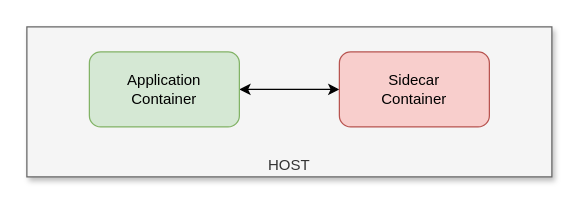
Before: design_patterns/single-container/sidecar.drawio in mercoglianoisidoro/test_pages, a draw.io diagram. Source tidied: cells renumbered, new cells numbered last; positions are measured from the earlier drawing's top-left corner, leaving out a move shared by most shapes. Both pictures are drawn from the tidied source at 125%, with x=0, y=0 at pixel (26, 26).
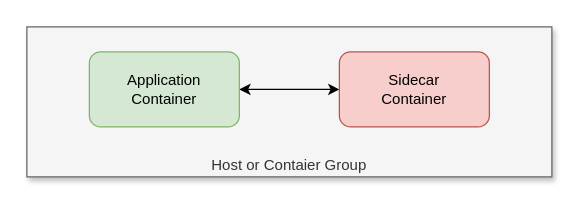
The same diagram, later.

Change to the diagram source:
```diff
@@
 <mxGraphModel>
   <root>
     <mxCell id="0" />
     <mxCell id="1" parent="0" />
-    <mxCell id="2" value="HOST" style="rounded=0;whiteSpace=wrap;html=1;verticalAlign=bottom;fillColor=#f5f5f5;strokeColor=#666666;fontColor=#333333;sketch=0;shadow=1;glass=0;" parent="1" vertex="1">
+    <mxCell id="2" value="Host or Contaier Group" style="rounded=0;whiteSpace=wrap;html=1;verticalAlign=bottom;fillColor=#f5f5f5;strokeColor=#666666;fontColor=#333333;sketch=0;shadow=1;glass=0;" parent="1" vertex="1">
       <mxGeometry width="420" height="120" as="geometry" />
     </mxCell>
     <mxCell id="3" style="edgeStyle=orthogonalEdgeStyle;rounded=0;jettySize=auto;html=1;startArrow=classic;startFill=1;shadow=0;" parent="1" edge="1" source="4" target="5">
       <mxGeometry relative="1" as="geometry" />
     </mxCell>
     <mxCell id="4" value="Application&lt;br&gt;Container" style="rounded=1;whiteSpace=wrap;html=1;fillColor=#d5e8d4;strokeColor=#82b366;sketch=0;shadow=0;" parent="1" vertex="1">
       <mxGeometry x="50" y="20" width="120" height="60" as="geometry" />
     </mxCell>
     <mxCell id="5" value="Sidecar&lt;br&gt;Container" style="rounded=1;whiteSpace=wrap;html=1;fillColor=#f8cecc;strokeColor=#b85450;sketch=0;glass=0;shadow=0;" parent="1" vertex="1">
       <mxGeometry x="250" y="20" width="120" height="60" as="geometry" />
     </mxCell>
   </root>
 </mxGraphModel>
```
